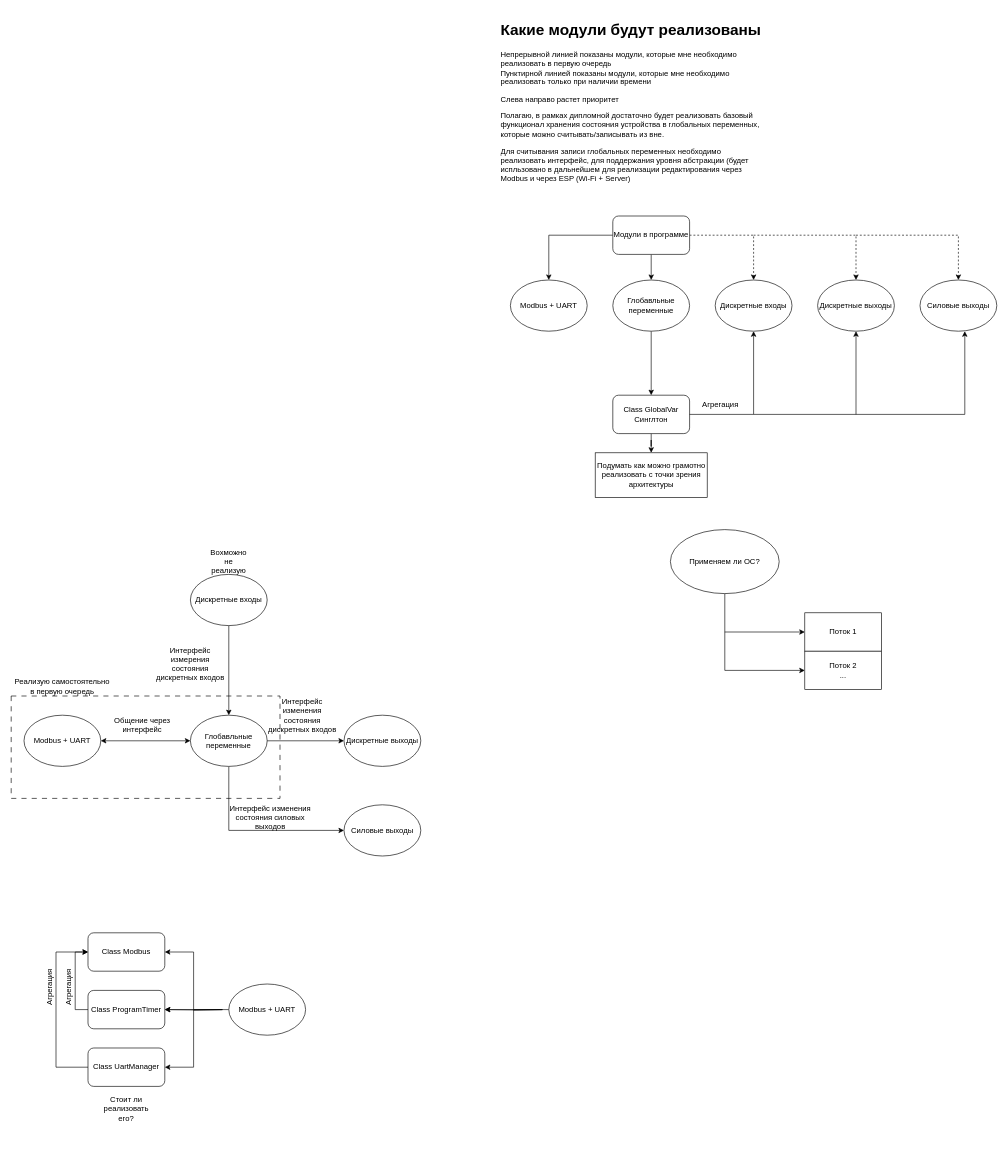
Above: Architecture.drawio in akcel123/Green-House (draw.io), before the change. Source tidied: cells renumbered, new cells numbered last; positions are measured from the earlier drawing's top-left corner, leaving out a move shared by most shapes. Both pictures are drawn from the tidied source at 64%, with x=0, y=0 at pixel (11, 17).
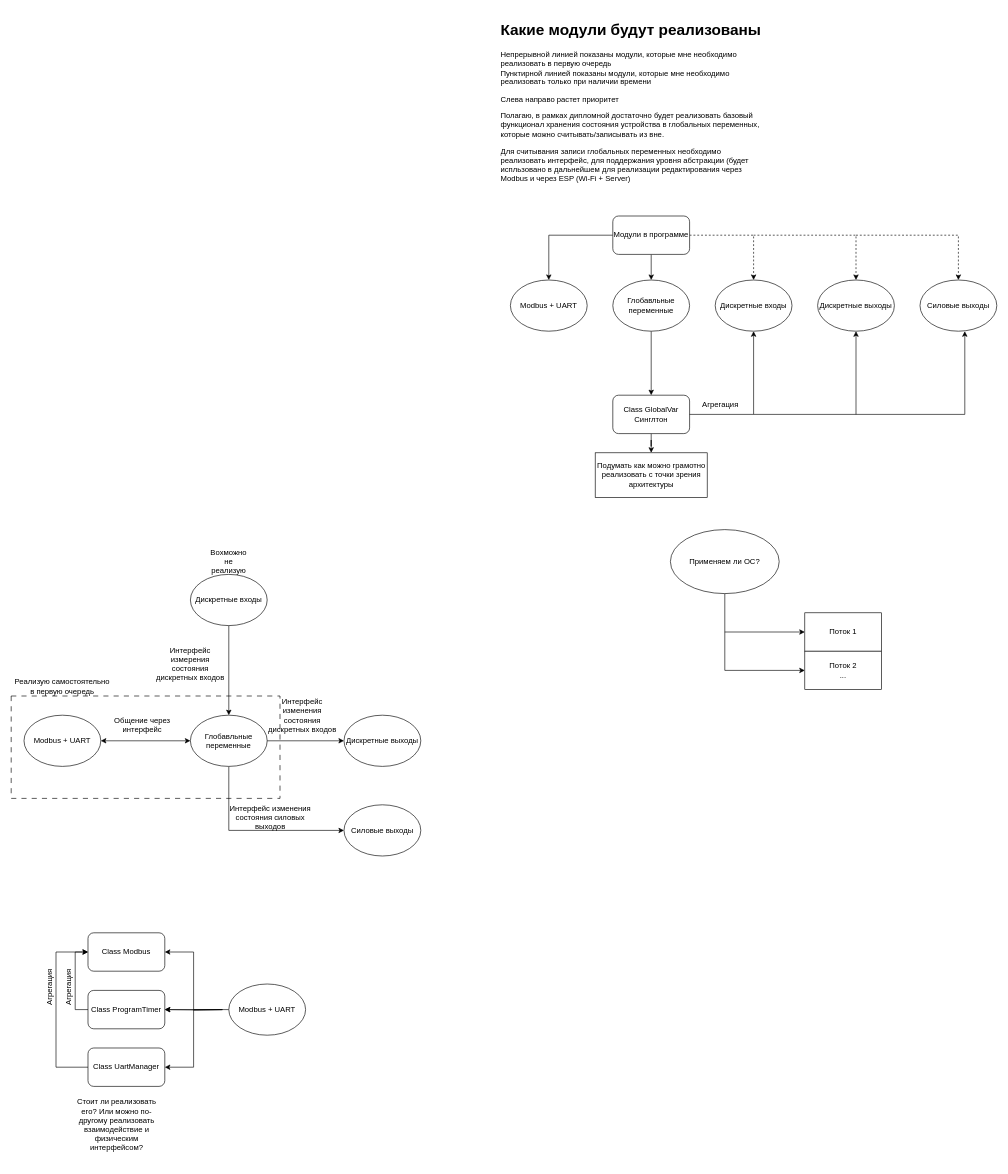
After the change.

The edit, as a diff of the source:
```diff
@@
-    <mxCell id="55" value="Стоит ли реализовать его?" style="text;html=1;strokeColor=none;fillColor=none;align=center;verticalAlign=middle;whiteSpace=wrap;rounded=0;" parent="1" vertex="1">
-      <mxGeometry x="140" y="1680" width="80" height="50" as="geometry" />
+    <mxCell id="55" value="Стоит ли реализовать его? Или можно по-другому реализовать взаимодействие и физическим интерфейсом?&lt;br&gt;" style="text;html=1;strokeColor=none;fillColor=none;align=center;verticalAlign=middle;whiteSpace=wrap;rounded=0;" parent="1" vertex="1">
+      <mxGeometry x="90" y="1670" width="150" height="120" as="geometry" />
     </mxCell>
```
